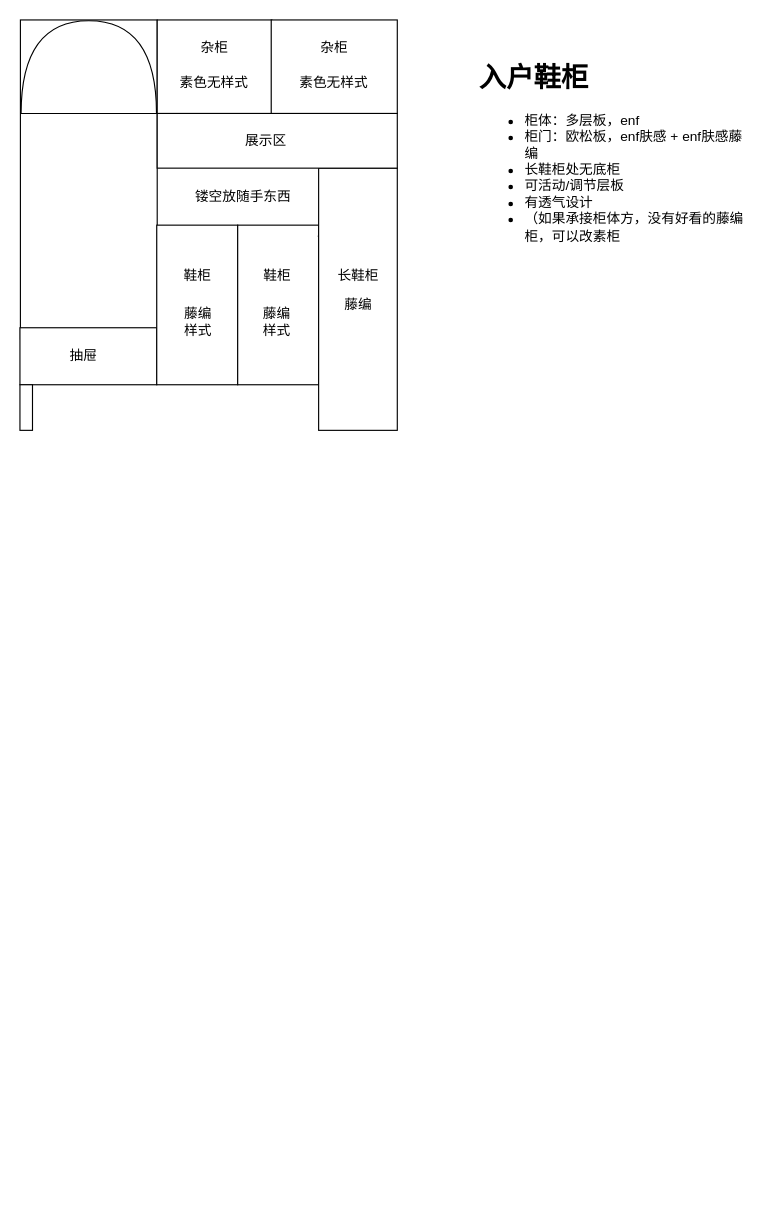
Earlier version of the draw.io diagram template.drawio (Reidddddd/drawing). Source tidied: cells renumbered, new cells numbered last; positions are measured from the earlier drawing's top-left corner, leaving out a move shared by most shapes. Both pictures are drawn from the tidied source at 114%, with x=0, y=0 at pixel (19, -1).
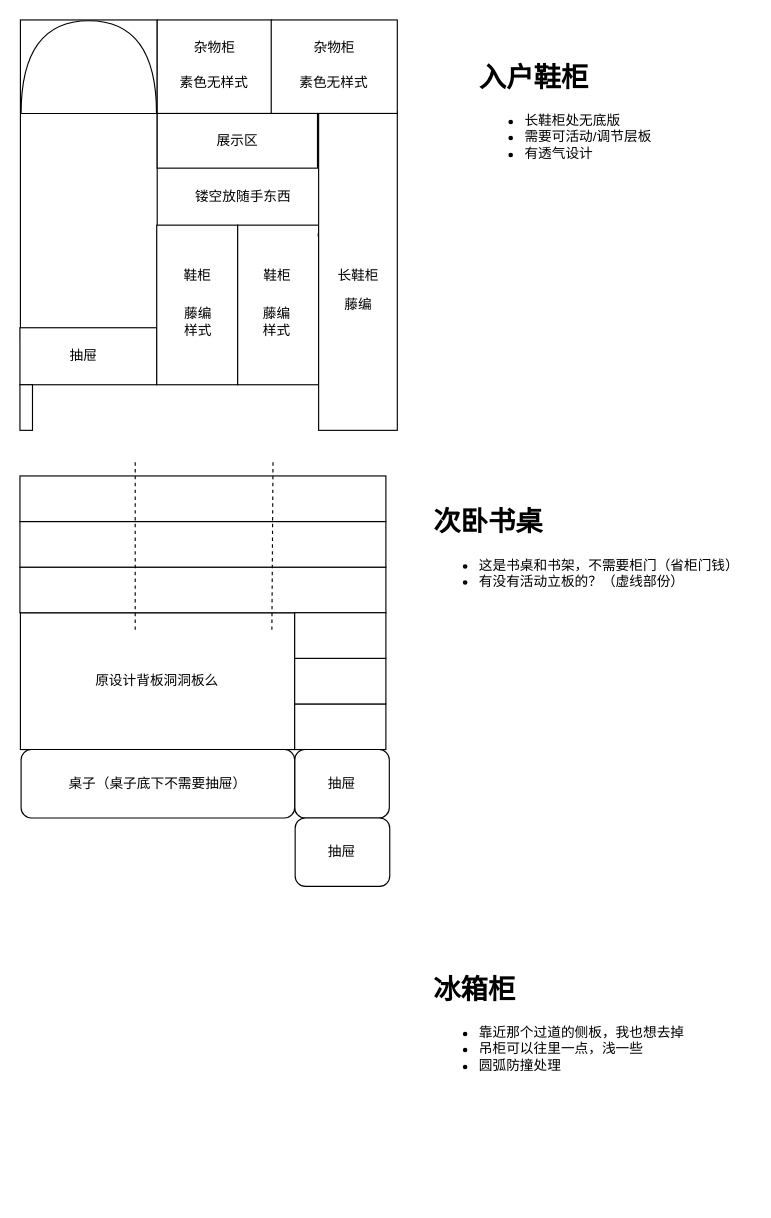
After the change.

Commit message:
room & doors

What changed in the source:
```diff
@@
     <mxCell id="9" style="rounded=0;whiteSpace=wrap;html=1;" parent="1" vertex="1">
-      <mxGeometry x="262" y="148" width="69" height="230" as="geometry" />
+      <mxGeometry x="262" y="98" width="69" height="280" as="geometry" />
     </mxCell>
     <mxCell id="10" style="rounded=0;whiteSpace=wrap;html=1;" parent="1" vertex="1">
-      <mxGeometry x="120.4" y="100" width="210.6" height="48" as="geometry" />
+      <mxGeometry x="120.4" y="100" width="140.6" height="48" as="geometry" />
     </mxCell>
@@
     <mxCell id="14" value="展示区" style="text;html=1;align=center;verticalAlign=middle;whiteSpace=wrap;rounded=0;" parent="1" vertex="1">
-      <mxGeometry x="181" y="109" width="70" height="30" as="geometry" />
+      <mxGeometry x="150.7" y="109" width="80" height="30" as="geometry" />
     </mxCell>
@@
-    <mxCell id="22" value="杂柜" style="text;html=1;align=center;verticalAlign=middle;whiteSpace=wrap;rounded=0;" parent="1" vertex="1">
-      <mxGeometry x="155.7" y="28" width="30" height="30" as="geometry" />
+    <mxCell id="22" value="杂物柜" style="text;html=1;align=center;verticalAlign=middle;whiteSpace=wrap;rounded=0;" parent="1" vertex="1">
+      <mxGeometry x="141" y="28" width="60" height="30" as="geometry" />
     </mxCell>
-    <mxCell id="23" value="杂柜" style="text;html=1;align=center;verticalAlign=middle;whiteSpace=wrap;rounded=0;" parent="1" vertex="1">
-      <mxGeometry x="260.7" y="28" width="30" height="30" as="geometry" />
+    <mxCell id="23" value="杂物柜" style="text;html=1;align=center;verticalAlign=middle;whiteSpace=wrap;rounded=0;" parent="1" vertex="1">
+      <mxGeometry x="241" y="28" width="70" height="30" as="geometry" />
     </mxCell>
@@
-    <mxCell id="25" value="&lt;h1 style=&quot;margin-top: 0px;&quot;&gt;入户鞋柜&lt;/h1&gt;&lt;p&gt;&lt;/p&gt;&lt;ul&gt;&lt;li&gt;柜体：多层板，enf&lt;/li&gt;&lt;li&gt;柜门：欧松板，enf肤感 + enf肤感藤编&lt;/li&gt;&lt;li&gt;长鞋柜处无底柜&lt;/li&gt;&lt;li&gt;可活动/调节层板&lt;/li&gt;&lt;li&gt;有透气设计&lt;/li&gt;&lt;li&gt;（如果承接柜体方，没有好看的藤编柜，可以改素柜&lt;/li&gt;&lt;/ul&gt;&lt;p&gt;&lt;/p&gt;" style="text;html=1;whiteSpace=wrap;overflow=hidden;rounded=0;" parent="1" vertex="1">
+    <mxCell id="25" value="&lt;h1 style=&quot;margin-top: 0px;&quot;&gt;入户鞋柜&lt;/h1&gt;&lt;p&gt;&lt;/p&gt;&lt;ul&gt;&lt;li&gt;&lt;span style=&quot;background-color: transparent; color: light-dark(rgb(0, 0, 0), rgb(255, 255, 255));&quot;&gt;长鞋柜处无底版&lt;/span&gt;&lt;/li&gt;&lt;li&gt;需要可活动/调节层板&lt;/li&gt;&lt;li&gt;有透气设计&lt;/li&gt;&lt;/ul&gt;&lt;p&gt;&lt;/p&gt;" style="text;html=1;whiteSpace=wrap;overflow=hidden;rounded=0;" parent="1" vertex="1">
       <mxGeometry x="401" y="48" width="240" height="200" as="geometry" />
     </mxCell>
@@
+    <mxCell id="28" value="&lt;h1 style=&quot;margin-top: 0px;&quot;&gt;次卧书桌&lt;/h1&gt;&lt;p&gt;&lt;/p&gt;&lt;ul&gt;&lt;li&gt;&lt;span style=&quot;background-color: transparent; color: light-dark(rgb(0, 0, 0), rgb(255, 255, 255));&quot;&gt;这是书桌和书架，不需要柜门（省柜门钱）&lt;/span&gt;&lt;/li&gt;&lt;li&gt;有没有活动立板的？（虚线部份）&lt;/li&gt;&lt;/ul&gt;&lt;p&gt;&lt;/p&gt;" style="text;html=1;whiteSpace=wrap;overflow=hidden;rounded=0;" parent="1" vertex="1">
+      <mxGeometry x="361" y="438" width="280" height="200" as="geometry" />
+    </mxCell>
+    <mxCell id="29" value="原设计背板洞洞板么" style="rounded=0;whiteSpace=wrap;html=1;" parent="1" vertex="1">
+      <mxGeometry x="0.4" y="538" width="240.6" height="120" as="geometry" />
+    </mxCell>
+    <mxCell id="30" style="rounded=0;whiteSpace=wrap;html=1;" parent="1" vertex="1">
+      <mxGeometry x="241" y="618" width="80" height="40" as="geometry" />
+    </mxCell>
+    <mxCell id="31" style="rounded=0;whiteSpace=wrap;html=1;" parent="1" vertex="1">
+      <mxGeometry x="241" y="578" width="80" height="40" as="geometry" />
+    </mxCell>
+    <mxCell id="32" style="rounded=0;whiteSpace=wrap;html=1;" parent="1" vertex="1">
+      <mxGeometry y="498" width="321" height="40" as="geometry" />
+    </mxCell>
+    <mxCell id="33" style="rounded=0;whiteSpace=wrap;html=1;" parent="1" vertex="1">
+      <mxGeometry y="458" width="321" height="40" as="geometry" />
+    </mxCell>
+    <mxCell id="34" value="抽屉" style="rounded=1;whiteSpace=wrap;html=1;" parent="1" vertex="1">
+      <mxGeometry x="241" y="658" width="83" height="60" as="geometry" />
+    </mxCell>
+    <mxCell id="35" value="抽屉" style="rounded=1;whiteSpace=wrap;html=1;" parent="1" vertex="1">
+      <mxGeometry x="241.4" y="718" width="83" height="60" as="geometry" />
+    </mxCell>
+    <mxCell id="36" value="桌子（桌子底下不需要抽屉）" style="rounded=1;whiteSpace=wrap;html=1;" parent="1" vertex="1">
+      <mxGeometry x="1" y="658" width="240" height="60" as="geometry" />
+    </mxCell>
+    <mxCell id="37" style="rounded=0;whiteSpace=wrap;html=1;" parent="1" vertex="1">
+      <mxGeometry y="418" width="321" height="40" as="geometry" />
+    </mxCell>
+    <mxCell id="38" style="rounded=0;whiteSpace=wrap;html=1;" parent="1" vertex="1">
+      <mxGeometry x="241" y="538" width="80" height="40" as="geometry" />
+    </mxCell>
+    <mxCell id="39" style="endArrow=none;html=1;rounded=0;dashed=1;" parent="1" edge="1">
+      <mxGeometry relative="1" as="geometry">
+        <mxPoint x="101.1" y="553" as="sourcePoint" />
+        <mxPoint x="101.1" y="403" as="targetPoint" />
+        <Array as="points">
+          <mxPoint x="101.1" y="483" />
+        </Array>
+      </mxGeometry>
+    </mxCell>
+    <mxCell id="40" style="endArrow=none;html=1;rounded=0;dashed=1;" parent="1" edge="1">
+      <mxGeometry relative="1" as="geometry">
+        <mxPoint x="221" y="553" as="sourcePoint" />
+        <mxPoint x="222" y="403" as="targetPoint" />
+      </mxGeometry>
+    </mxCell>
+    <mxCell id="41" value="&lt;h1 style=&quot;margin-top: 0px;&quot;&gt;冰箱柜&lt;/h1&gt;&lt;p&gt;&lt;/p&gt;&lt;ul&gt;&lt;li&gt;&lt;span style=&quot;background-color: transparent; color: light-dark(rgb(0, 0, 0), rgb(255, 255, 255));&quot;&gt;靠近那个过道的侧板，我也想去掉&lt;/span&gt;&lt;/li&gt;&lt;li&gt;吊柜可以往里一点，浅一些&lt;/li&gt;&lt;li&gt;圆弧防撞处理&lt;/li&gt;&lt;/ul&gt;&lt;p&gt;&lt;/p&gt;" style="text;html=1;whiteSpace=wrap;overflow=hidden;rounded=0;" parent="1" vertex="1">
+      <mxGeometry x="361" y="848" width="280" height="200" as="geometry" />
+    </mxCell>
```
